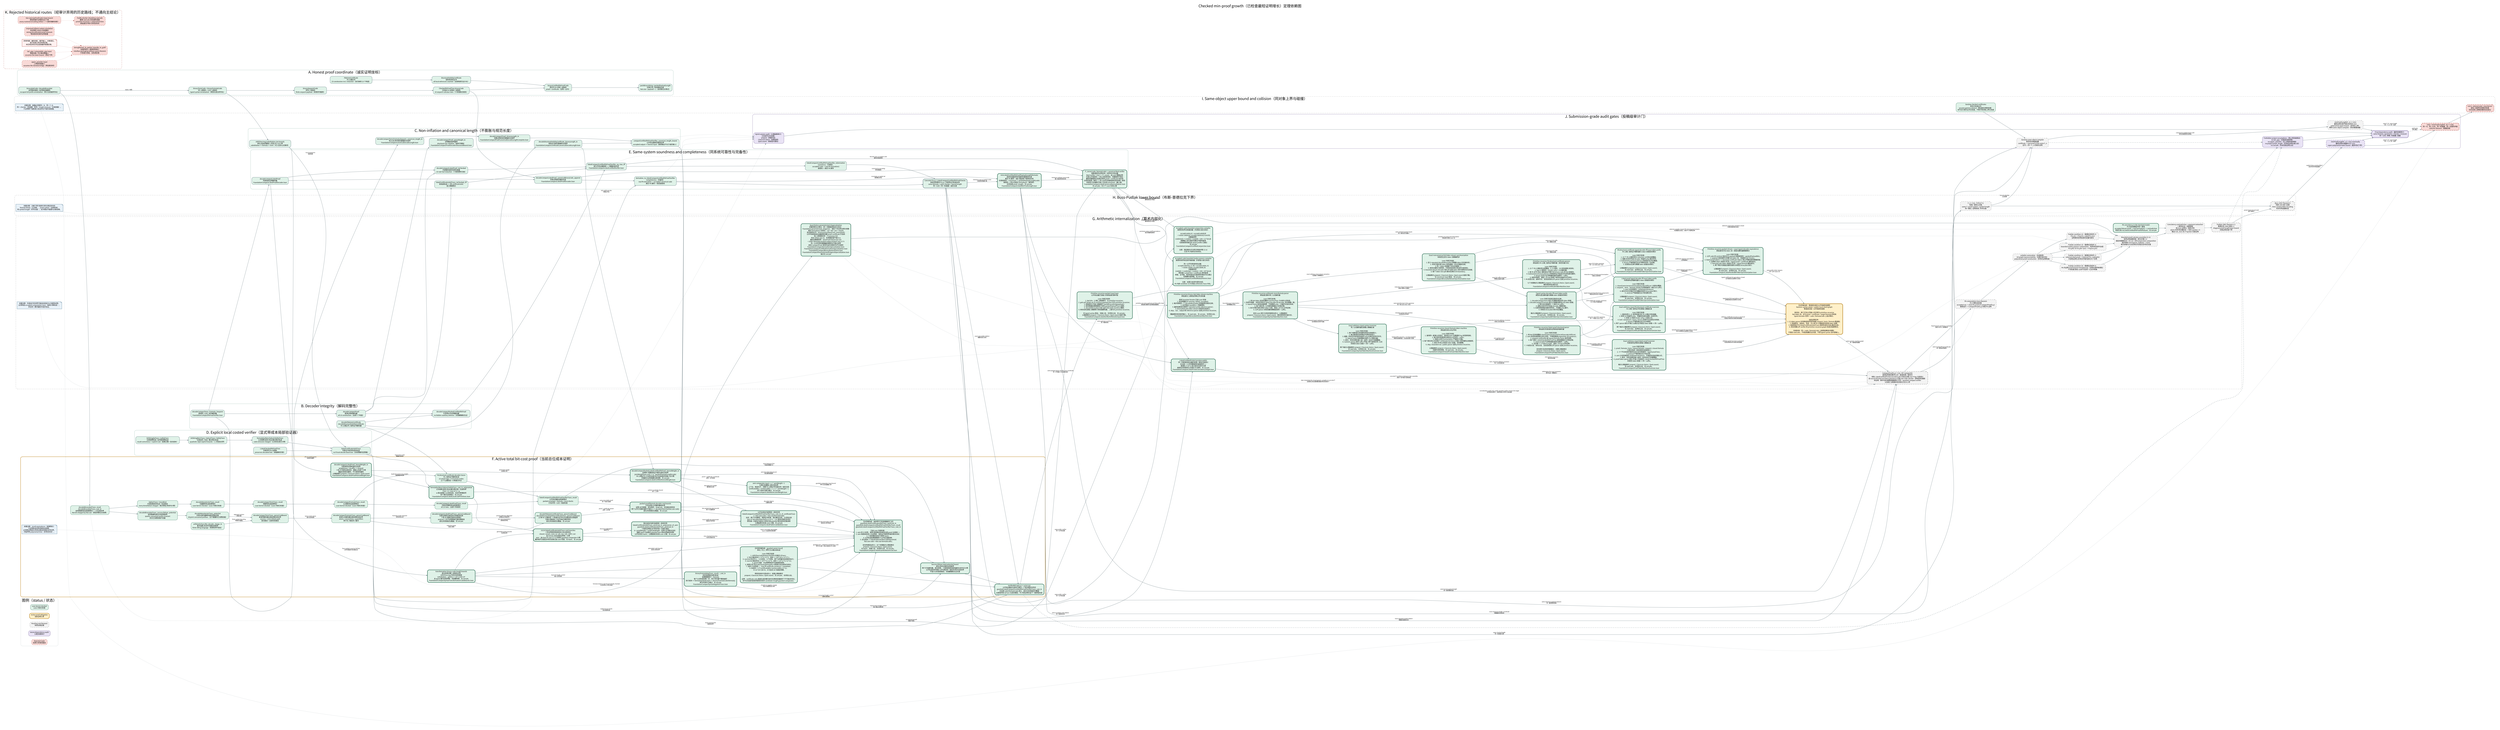
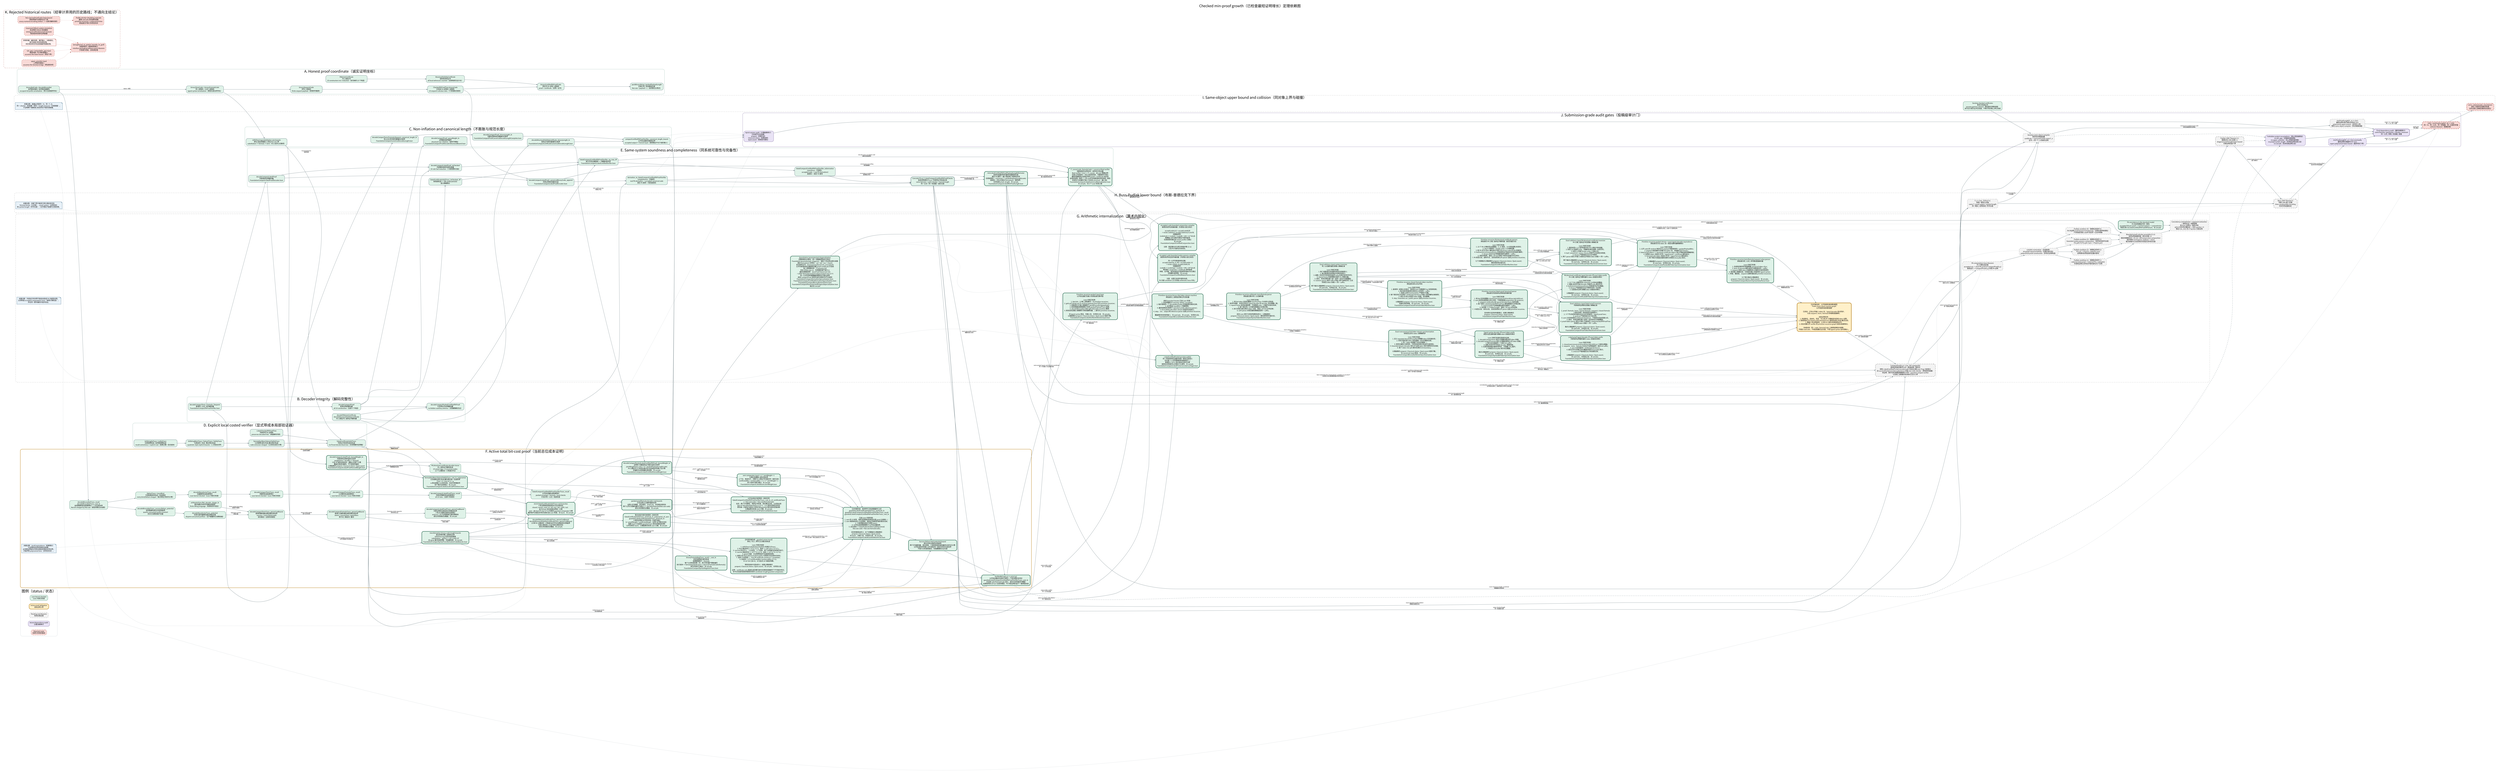
digraph CheckedMinProofDependencies {
  graph [
    rankdir=LR,
    bgcolor="white",
    compound=true,
    newrank=true,
    pad="0.35",
    nodesep="0.30",
    ranksep="0.62",
    fontname="Noto Sans CJK SC",
    fontsize=24,
    label="Checked min-proof growth（已检查最短证明增长）定理依赖图",
    labelloc="t",
    labeljust="c"
  ];
  node [
    shape=box,
    style="rounded,filled",
    fontname="Noto Sans CJK SC",
    fontsize=10.5,
    color="#526d75",
    fillcolor="#eef3f4",
    margin="0.14,0.09",
    penwidth=1.2
  ];
  edge [
    fontname="Noto Sans CJK SC",
    fontsize=8.5,
    color="#65777d",
    arrowsize=0.68,
    penwidth=1.05
  ];

  subgraph cluster_legend {
    label="图例（status / 状态）";
    color="#c8d1d4";
    style="rounded";
    done [label="Lean kernel checked\nLean 内核已检查", fillcolor="#dff2e8", color="#3f7c66"];
    active [label="Active proof obligation\n当前证明义务", fillcolor="#fff0c9", color="#b37a12", penwidth=2.2];
    pending [label="Pending root theorem\n待闭合根定理", fillcolor="#f3f3f3", color="#777777", style="rounded,filled,dashed"];
    audit [label="Axiom/dependency audit\n公理/依赖审计", fillcolor="#e9e3f5", color="#76639a"];
    rejected [label="Rejected route\n经审计弃用的路线", fillcolor="#f8d9d6", color="#a8443d", style="rounded,filled,dashed"];
  }

  subgraph cluster_coordinate {
    label="A. Honest proof coordinate（诚实证明坐标）";
    color="#8fb7aa";
    style="rounded";

    natcode [label="binaryNatCode / decodeBinaryNat\n自然数前缀码 / 自然数前缀解码\nescaped-bit prefix serialization（转义位前缀序列化）", fillcolor="#dff2e8"];
    syntaxcode [label="binaryTermCode + binaryFormulaCode\n项二进制码 + 公式二进制码\ntyped syntax serialization（类型化语法序列化）", fillcolor="#dff2e8"];
    sequentcode [label="binarySequentCode\n序列二进制码\nfinite sequent payload（有限序列载荷）", fillcolor="#dff2e8"];
    prooftree [label="CheckedPAProofTree.binaryCode\n已检查 PA 证明树二进制码\n10 sequent-calculus rules（十条相继式规则）", fillcolor="#dff2e8"];
    axiomcert [label="PAAxiomCertificate\nPA 公理证书\n23 constructors incl. induction（含归纳的 23 个构造）", fillcolor="#dff2e8"];
    structcert [label="StructuralValidityCertificate\n结构有效性证书\nall local witnesses counted（全部局部见证计长）", fillcolor="#dff2e8"];
    certifiedcode [label="binaryCertifiedPAProofCode\n带证书 PA 证明二进制码\nproof + certificate（证明 + 证书）", fillcolor="#dff2e8"];
    packedcode [label="packBinaryString / packedPayloadLength\n位串打包 / 有效载荷长度\nNat.size = payload + 1（自然数位长等式）", fillcolor="#dff2e8"];

    natcode -> syntaxcode [label="labels / 标签"];
    syntaxcode -> sequentcode;
    sequentcode -> prooftree;
    axiomcert -> structcert;
    prooftree -> certifiedcode;
    structcert -> certifiedcode;
    certifiedcode -> packedcode;
  }

  subgraph cluster_decoder {
    label="B. Decoder integrity（解码完整性）";
    color="#8fb7aa";
    style="rounded";

    typeddecoder [label="decodeCompactTerm / Formula / Sequent\n紧凑项 / 公式 / 序列解码器\nFoundationCompactPAProofVerifier.lean", fillcolor="#dff2e8"];
    proofdecoder [label="decodeCompactProof\n紧凑证明树解码器\nall 10 constructors（全部十个构造）", fillcolor="#dff2e8"];
    certdecoder [label="decodePAAxiomCertificate\ndecodeStructuralValidityCertificate\nPA 公理证书 / 结构证书解码器", fillcolor="#dff2e8"];
    packeddecoder [label="decodeCompactPackedCertifiedPAProof\n打包带证书证明解码器\nno hidden auxiliary witness（无隐藏辅助见证）", fillcolor="#dff2e8"];

    typeddecoder -> proofdecoder;
    certdecoder -> packeddecoder;
    proofdecoder -> packeddecoder;
  }

  subgraph cluster_size {
    label="C. Non-inflation and canonical length（不膨胀与规范长度）";
    color="#8fb7aa";
    style="rounded";

    structural [label="decodeCompactProof_parseWeight_le\n证明解码结构量界\nstructural non-inflation（结构不膨胀）\nFoundationCompactProofDecoderStructuralBound.lean", fillcolor="#dff2e8"];
    syntaxcanonical [label="decodeCompactTerm/Formula/Sequent_canonical_length_le\n项/公式/序列规范重编码长度界\nFoundationCompactCanonicalDecodeLength.lean", fillcolor="#dff2e8"];
    proofcanonical [label="decodeCompactProof_binaryLength_le\n完整证明树规范重编码长度界\nFoundationCompactProofCanonicalDecodeLengthComplete.lean", fillcolor="#dff2e8"];
    certcanonical [label="decodeStructuralValidityCertificate_binaryLength_le\n结构证书规范重编码长度界\nFoundationCompactCertificateCanonicalDecodeLength.lean", fillcolor="#dff2e8"];
    totalcanonical [label="compactCertifiedPAProofVerifier_canonical_length_bound\n公开验证器规范载荷总界\naccepted output <= honest input（接受输出不长于诚实输入）", fillcolor="#dff2e8"];
    transformsize [label="shift/free/neg/substitution size bounds\n移位/自由变量嵌入/否定/代入大小界\nsubstitution <= formula × term（代入至多公式乘项）", fillcolor="#dff2e8"];

    typeddecoder -> syntaxcanonical;
    proofdecoder -> structural;
    syntaxcanonical -> proofcanonical;
    certdecoder -> certcanonical;
    proofcanonical -> totalcanonical;
    certcanonical -> totalcanonical;
    syntaxcode -> transformsize;
  }

  subgraph cluster_explicit_local {
    label="D. Explicit local costed verifier（显式带成本局部验证器）";
    color="#8fb7aa";
    style="rounded";

    biteq [label="bitStringEqTrace / natEqTrace\n位串相等轨迹 / 自然数相等轨迹\nresult correctness + explicit cost（结果正确 + 显式成本）", fillcolor="#dff2e8"];
    bitset [label="bitStringMemTrace / SubsetTrace / SetEqTrace\n位串成员 / 包含 / 集合等价轨迹\nquadratic-style explicit bounds（二次型显式界）", fillcolor="#dff2e8"];
    formulalist [label="formulaEq/Mem/Subset/SetEqTrace\n公式相等/成员/包含/集合等价轨迹\ncode emission charged（公式码生成已计费）", fillcolor="#dff2e8"];
    listedtree [label="ListedCheckedPAProofTree\n列表序列 PA 证明树\npreserves decoded lists（保留解码列表）", fillcolor="#dff2e8"];
    listedcert [label="listedCertificateValidTrace\n列表证书有效性成本轨迹\nno Finset decide black box（无有限集判定黑箱）", fillcolor="#dff2e8"];

    biteq -> bitset;
    bitset -> formulalist;
    listedtree -> listedcert;
    formulalist -> listedcert;
    transformsize -> listedcert [label="local transforms\n局部变换"];
  }

  subgraph cluster_same_system {
    label="E. Same-system soundness and completeness（同系统可靠性与完备性）";
    color="#8fb7aa";
    style="rounded";

    listdecoder [label="decodeCompactListedProof\n列表保持证明解码器\nFoundationCompactListedProofDecoder.lean", fillcolor="#dff2e8"];
    projection [label="decodeCompactListedProof_toChecked\n列表解码投影到原检查器\n10-rule fuel induction（十规则燃料归纳）", fillcolor="#dff2e8"];
    localiff [label="listedCertificateValidTrace_toChecked_iff\n新局部轨迹 <-> 原 certificateValid\n语义精确等价", fillcolor="#dff2e8"];
    publiciff [label="listedCompactCertifiedPAProofVerifier_eq_true_iff\n新公开验证器接受 <-> 精确检查关系\nFoundationCompactListedCertifiedVerifier.lean", fillcolor="#dff2e8"];
    soundness [label="listedCompactCertifiedPAProofVerifier_toDerivation\nsoundness（可靠性）\naccepted code -> real PA Derivation2\n接受码 -> 真实 PA 推导", fillcolor="#dff2e8"];
    listencoder [label="decodeCompactListedProof_canonicalBinaryCode_append\n列表证明规范编码往返\nFoundationCompactListedProofEncoder.lean", fillcolor="#dff2e8"];
    completeness [label="derivation_to_listedCompactCertifiedPAProofVerifier\ncompleteness（完备性）\nreal PA derivation -> accepted canonical code\n真实 PA 推导 -> 规范接受码", fillcolor="#dff2e8"];
    predicate [label="Concrete P(x,y) / ListedCompactCertifiedPAProofChecks\n具体证明谓词 P(x,y) / 列表带证书检查关系\nsame formula + same checker + honest length\n同一公式 + 同一检查器 + 诚实长度", fillcolor="#dff2e8", penwidth=2.0];
    minmeasure [
      label="minListedCertifiedPAProofPayloadLength(formula)\n具体检查器诱导的最短完整载荷长度\n真实 PA 推导 -> 最小值由某个接受码实现\n任意接受码 -> minimum <= packedPayloadLength(code)\n接受码 -> 同公式真实 Derivation2（推导树）\n无项目级 proof_length；无 sorryAx\nFoundationCompactListedMinProofLength.lean",
      fillcolor="#dff2e8", color="#2f6f57", penwidth=2.8
    ];
    canonicalnormalize [
      label="P_canon(code, formulaCode) + canonical Bool verifier\n纯数值规范证明关系 + 规范布尔验证器\nBool verifier = true <-> P_canon，由 Lean 精确证明\n任意公开接受码 -> 同公式码规范码，完整载荷不增长\n最短完整载荷必由真实规范 proof + certificate 码实现\n全体码有限一致性 <-> 同 cutoff 的纯数值规范码有限一致性\n非规范/冗余编码不能人为压低 minimum（最小值）\nFoundationCompactListedCanonicalNormalization.lean\n无 sorryAx；仅三个 Lean 标准公理",
      fillcolor="#dff2e8", color="#2f6f57", penwidth=2.8
    ];

    typeddecoder -> listdecoder;
    listdecoder -> projection;
    proofdecoder -> projection;
    listedcert -> localiff;
    projection -> publiciff;
    localiff -> publiciff;
    packeddecoder -> publiciff;
    publiciff -> soundness;
    prooftree -> listencoder;
    listdecoder -> listencoder;
    listencoder -> completeness;
    listedcert -> completeness;
    soundness -> predicate;
    completeness -> predicate;
    predicate -> minmeasure [label="minimum over accepted codes\n对接受码取最小值"];
    completeness -> minmeasure [label="nonempty accepted set\n接受集合非空"];
    publiciff -> canonicalnormalize [label="decode every accepted code\n解码任意接受码"];
    listencoder -> canonicalnormalize [label="canonical re-encoding\n规范重编码"];
    totalcanonical -> canonicalnormalize [label="no payload growth\n载荷不增长"];
    minmeasure -> canonicalnormalize [label="minimum realized canonically\n最小值由规范码实现"];
  }

  subgraph cluster_cost_active {
    label="F. Active total bit-cost proof（当前总位成本证明）";
    color="#c18a27";
    style="rounded,bold";

    nattrace [label="decodeBinaryNatTrace_result\ndecodeBinaryNatTrace_cost_le\n自然数解码轨迹结果等价 + 二次位成本界\nNat.bit charged by Nat.size（按自然数位长收费）", fillcolor="#dff2e8", color="#3f7c66"];
    tracebind [label="OptionTrace + traceBind\n可选结果成本轨迹 + 轨迹绑定\nevery bind/failure charged（每次绑定/失败均计费）", fillcolor="#dff2e8", color="#3f7c66"];
    vectortrace [label="decodeManyVectorTrace_result\n向量解码轨迹结果等价\nLean kernel checked（Lean 内核已检查）", fillcolor="#dff2e8", color="#3f7c66"];
    termtrace [label="decodeCompactTermTrace_result\n项解码轨迹结果等价\nLean kernel checked（Lean 内核已检查）", fillcolor="#dff2e8", color="#3f7c66"];
    formulatrace [label="decodeCompactFormulaTrace_result\n公式解码轨迹结果等价\nLean kernel checked（Lean 内核已检查）", fillcolor="#dff2e8", color="#3f7c66"];
    prooftrace [label="decodeCompactListedProofTrace_result\n列表证明解码轨迹结果等价\nall 10 rules（全部十条规则）", fillcolor="#dff2e8", color="#3f7c66"];
    certtrace [label="PA/structural certificate decoder traces\nPA / 结构证书解码轨迹\n23 axiom tags + 4 recursive nodes\n23 个公理标签 + 4 种递归节点", fillcolor="#dff2e8", color="#3f7c66"];
    publictrace [label="listedCompactCertifiedPAProofVerifierTrace_result\n公开验证器轨迹结果等价\npacked envelope + formula + local checks\n打包外壳 + 公式 + 局部检查", fillcolor="#dff2e8", color="#3f7c66"];
    natpotential [label="decodeBinaryNatTrace_success/failure_potential\n自然数解码成功/失败势能界\nquartic consumed-prefix invariant\n四次已消费前缀不变量", fillcolor="#dff2e8", color="#3f7c66"];
    vectorpotential [label="decodeManyVectorTrace_potential\n任意长度向量解码摊还势能定理\ndisjoint consumed prefixes（互不重叠的已消费前缀）", fillcolor="#dff2e8", color="#3f7c66"];
    symbolcharge [label="arithmeticFunc/Rel_decode_charge_le\n算术函数/关系符号解码收费界\nfinite ORing language（有限有序环语言）", fillcolor="#dff2e8", color="#3f7c66"];
    termpotential [label="decodeCompactTermTrace_parserCostBound\n紧凑项解码器全路径摊还成本界\nsuccess + every failure path\n成功路径 + 全部失败路径", fillcolor="#dff2e8", color="#3f7c66"];
    formulapotential [label="decodeCompactFormulaTrace_parserCostBound\n紧凑公式解码器全路径摊还成本界\natoms / connectives / quantifiers\n原子式 / 联结词 / 量词", fillcolor="#dff2e8", color="#3f7c66"];
    proofpotential [
      label="decodeCompactListedProofTrace_parserCostBound\n列表证明树全路径四次势能成本界\n十条 PA 相继式规则全部通过\nand/cut 二叉子证明势能已望远镜相消\n成功/失败路径全覆盖；无 sorryAx",
      fillcolor="#dff2e8", color="#3f7c66"
    ];
    certpotential [
      label="decodePAAxiomCertificateTrace_parserCostBound\ndecodeStructuralValidityCertificateTrace_parserCostBound\n23 种 PA 公理标签 + 4 种递归证书节点全路径四次势能界\n归纳公理体和二元证书树已摊还闭合\n成功/失败路径全覆盖；无 sorryAx",
      fillcolor="#dff2e8", color="#3f7c66", penwidth=2.2
    ];
    packedcost [
      label="packed proof/formula decoder cost bounds\n打包证明/公式解码器成本界\n证明+证书串联、末位哨兵、dropLast、空后缀全部闭合\n两个公开打包解码器均不超过 2 × decoderPotential(Nat.size code)\n成功/失败路径全覆盖；无 sorryAx",
      fillcolor="#dff2e8", color="#2f6f57", penwidth=2.8
    ];
    transformcode [
      label="transformation binary-code length bounds\n语法变换完整二进制码长界\nshift/free/neg 均至多线性膨胀\nsubstitution：|phi[t]| <= 3(F+1)(W+1)F\n含 qpow 量词深度预算；无隐藏参数；无 sorryAx\nFoundationCompactSyntaxTransformationCodeBounds.lean",
      fillcolor="#dff2e8", color="#2f6f57", penwidth=2.8
    ];
    negtrace [
      label="binaryFormulaNegTrace_result / _cost_le\n否定变换真实递归轨迹\n结果精确等于 ∼formula\n每个公式构造收费一步；原子项向量不重复遍历\n执行成本 <= formulaSymbolCount <= |binaryFormulaCode(formula)|\n单文件探针已通过；无 sorryAx\nFoundationCompactSyntaxNegationTrace.lean",
      fillcolor="#dff2e8", color="#2f6f57", penwidth=2.8
    ];
    axmjoint [
      label="axm comparator input <= 2 * jointWeight + 1\n公理比较器输入联合坐标界\n上下文、候选句子、完整 PA 公理证书均落在同一诚实位权\ncertificateBits + sentenceBits + 1 <= 2 * jointWeight + 1\n四个坐标引理已通过；无 sorryAx\nFoundationCompactListedAxiomJointWeight.lean",
      fillcolor="#dff2e8", color="#2f6f57", penwidth=2.8
    ];
    honestproof [
      label="decodeCompactListedProof_honestWeight_le\n列表保持证明树诚实位权界\nweight(tree) + 8|suffix| <= 8|input|\n十条 PA 规则全部闭合；重复公式逐个计费\n覆盖任意成功解码，不只是规范编码\n公理画像仅 propext / Classical.choice / Quot.sound\nFoundationCompactListedProofHonestWeight.lean",
      fillcolor="#dff2e8", color="#2f6f57", penwidth=2.8
    ];
    honestcert [
      label="decodeCompactPackedListedCertifiedPAProof_honestWeight_le\n证明树+完整结构证书联合诚实位权界\njointWeight(tree,cert) <= 8 * packedPayloadLength(code)\nPA 公理证书 23 标签及递归证书全部由实际输入位计费\n无辅助见证和隐藏长度参数；无 sorryAx\nFoundationCompactListedCertifiedHonestWeight.lean",
      fillcolor="#dff2e8", color="#2f6f57", penwidth=2.8
    ];
    localprimitives [
      label="formulaEq/Mem/Subset/SetEqTrace_cost_le_polynomial\n公式相等/成员/包含/集合等价统一位成本界\nP(w) = 4 + 2(w+3)^2 + w\nw 是全部输入公式码位权，包含列表重复项\n四个端点全部通过；无 sorryAx\nFoundationCompactListedLocalCostPrimitives.lean",
      fillcolor="#dff2e8", color="#2f6f57", penwidth=2.8
    ];
    localbranches9 [
      label="10/10 listedCertificateValidTrace cost branches\n十条证明规则局部成本分支全部闭合\nclosed / verum / and / or / all / exs / wk / shift / cut：\n由 P(G(w)) 及生成语法界统一计费\naxm：由 A(w)=K*(2w+1)^12 的真实 guarded comparator 计费\n最终每节点固定多项式包络已由 Lean 检查；无 haxm、无 sorryAx",
      fillcolor="#dff2e8", color="#2f6f57", penwidth=2.8
    ];
    localinduction [
      label="联合坐标内部归纳骨架 + 具体实例\nlistedCertificateValidTrace_jointCost_le_polynomial_of_axm\nguardedListedCertificateValidTrace_jointCost_le\n十规则证明树/证书同步统一归纳已通过\nb = proofWeight + certificateWeight（证明+证书联合位权）\n抽象 haxm 已由真实 guarded axm 成本定理具体消除\n公开实例无 haxm；公理画像仅标准 Lean 公理；无 sorryAx",
      fillcolor="#dff2e8", color="#2f6f57", penwidth=2.8
    ];
    publicskeleton [
      label="公开总成本内部骨架 + 具体实例\nlistedCompactCertifiedPAProofVerifierTrace_cost_le_of_certificateTrace\ns = Nat.size(code) + Nat.size(formulaCode)\n合并：两个打包解码、局部证书检查、结论集合比较、公式码比较\nQ(s)=4*decoderPotential(s)+L(s)+1，L(s) 是显式固定多项式\n原先唯一内部证书成本义务现已由 guarded 联合成本定理消除\n公理画像仅标准 Lean 公理；无 sorryAx\nFoundationCompactListedPublicCostSkeleton.lean",
      fillcolor="#dff2e8", color="#2f6f57", penwidth=2.8
    ];
    publiccost [
      label="【主终端完成：具体带守卫检查器最终汇合】\nguardedListedCertificateValidTrace_jointCost_le\nguardedListedCompactCertifiedPAProofVerifierTrace_result\nguardedListedCompactCertifiedPAProofVerifierTrace_cost_le\n\n已由 Lean 内核检查：\n1. axm 的 23 标签、接受/拒绝路径和候选长度 guard 全部统一；\n2. axm 局部成本进入与证明树、结构证书相同的诚实联合位权；\n3. 十规则整树成本不再带 haxm；\n4. 公开轨迹结果精确等于公开验证器结果；\n5. 总位成本 <= listedPublicVerifierCostPolynomial(\n   Nat.size code + Nat.size formulaCode)。\n\n定向构建退出码 0；五个关键端点公理画像仅\npropext / Classical.choice / Quot.sound。\n无 haxm、无输入包、无项目公设、无 sorryAx。\nFoundationCompactListedGuardedAxiomCost.lean",
      fillcolor="#dff2e8", color="#2f6f57", penwidth=2.8
    ];
    amortized [label="Success/failure total potential bound\n成功/失败全路径总势能界\n两个打包解码器、语法变换、十规则局部检查和最终比较均已计费\n公开轨迹的所有输入对均满足同一固定多项式位成本界\n不是只分析接受路径；无隐藏辅助见证长度", fillcolor="#dff2e8", color="#2f6f57", style="rounded,filled", penwidth=2.8];
    costnote [shape=note, label="关键注释：result equivalence（结果等价）\n只证明轨迹没有改掉验证结果；\n必须再证明成功/失败全路径的固定多项式界，\n才能声称 polynomial time（多项式时间）。", fillcolor="#e8f1f8", color="#4e7892"];
    transformtrace [label="【共享终端完成：guarded axiom trace】\n移位 / 代入 / 带守卫公理比较轨迹\n\nLean 内核已检查：\n1. shift/free/substitution/list/fixitr 的真实 QTrace；\n2. fixitr 输出码长 <= 4*(L+1)^2；成本 <= 128*(m+L+1)^2*L；\n3. succInd 四次代入、三次否定、三个析取、两个全称量词全部真实执行；\n4. succInd 输出码长 <= 10^7*(L+1)^4；成本 <= 10^11*(L+1)^12；\n5. guard 完备：合法相等候选不会被提前拒绝；\n6. 接受分支 fixitr/allClosure/formulaEq 与拒绝分支总成本均闭合；\n7. 全部 23 标签统一：true iff certificate.sentence = candidate；\n8. 总成本 <= K*(certificateBits+sentenceBits+1)^12，\n   K=10^30+(3B+4)，B 为显式 26 句固定预算。\n\n两条验收命令退出码 0；关键公理画像仅\npropext / Classical.choice / Quot.sound；无 sorryAx、无项目公设。\n\n边界：certificate-only 直接生成完整归纳句在稀疏变量编号下不可能多项式；\n本节点完成的是保持接受关系的 candidate-length guarded comparator。", fillcolor="#dff2e8", color="#2f6f57", style="rounded,filled", penwidth=2.8];
    polytime [label="VerifierBitCost(x,y) <= p(|x|+|y|)\n公开验证器总位成本不超过一个显式固定多项式\nguardedListedCompactCertifiedPAProofVerifierTrace_cost_le\n对全部 code/formulaCode 成立，成功与失败路径均覆盖\n这里是项目 QTrace 位成本模型；PA 内短证明仍由下一簇单独完成", fillcolor="#dff2e8", color="#2f6f57", style="rounded,filled", penwidth=2.8];

    natcode -> nattrace;
    nattrace -> tracebind;
    tracebind -> vectortrace;
    vectortrace -> termtrace;
    termtrace -> formulatrace;
    formulatrace -> prooftrace;
    certdecoder -> certtrace;
    formulatrace -> certtrace;
    prooftrace -> publictrace;
    certtrace -> publictrace;
    publictrace -> amortized [label="exact behavior first\n先固定精确行为"];
    nattrace -> natpotential;
    natpotential -> vectorpotential;
    vectorpotential -> termpotential [label="argument vectors\n参数向量"];
    symbolcharge -> termpotential [label="finite symbol decoding\n有限符号解码"];
    termpotential -> formulapotential [label="terms inside atoms\n原子式中的项"];
    formulapotential -> proofpotential [label="formulas inside sequents\n序列中的公式"];
    proofpotential -> certpotential [label="proof/certificate alignment\n证明树/证书树对齐"];
    formulapotential -> certpotential [label="induction body\n归纳公理体"];
    certpotential -> packedcost [label="proof + certificate stream\n证明 + 证书串"];
    publictrace -> packedcost [label="same executable result\n同一可执行结果"];
    packedcost -> publiccost [label="decoded objects\n已解码对象"];
    transformsize -> transformcode [label="from symbol count to full bits\n从符号数提升到完整位长"];
    transformcode -> negtrace [label="input bit-length control\n输入位长控制"];
    negtrace -> publiccost [label="closed/cut negation charge\n闭合/切规则否定计费"];
    transformcode -> publiccost [label="generated-code bounds\n生成公式码长界"];
    listdecoder -> honestproof [label="all successful parses\n全部成功解码"];
    honestproof -> honestcert [label="proof-tree charge\n证明树计费"];
    certcanonical -> honestcert [label="full certificate bits\n完整证书位"];
    honestcert -> publiccost [label="joint decoded-data bound\n联合解码数据界"];
    honestcert -> axmjoint [label="proof + certificate coordinate\n证明 + 证书坐标"];
    axmjoint -> publiccost [label="guarded comparator input bound\n带守卫比较器输入界"];
    listedcert -> localprimitives [label="exact trace costs\n精确轨迹成本"];
    honestproof -> localprimitives [label="duplicate-preserving weights\n保留重复项位权"];
    localprimitives -> publiccost [label="uniform quadratic bound\n统一二次界"];
    localprimitives -> localbranches9 [label="per-rule instantiation\n逐规则实例化"];
    transformcode -> localbranches9 [label="generated syntax bounds\n生成语法界"];
    localbranches9 -> publiccost [label="nine checked branches\n九条已检查分支"];
    localbranches9 -> localinduction [label="structural aggregation\n结构汇总"];
    localinduction -> publiccost [label="haxm concretely discharged\nhaxm 已由具体定理消除"];
    localinduction -> publicskeleton [label="local certificate polynomial\n局部证书多项式"];
    packedcost -> publicskeleton [label="two packed decoder bounds\n两个打包解码界"];
    honestcert -> publicskeleton [label="decoded joint weight\n解码联合位权"];
    publicskeleton -> publiccost [label="concrete discharge checked\n具体消义务已检查"];
    listedcert -> publiccost [label="explicit local checks\n显式局部检查"];
    publiccost -> amortized;
    totalcanonical -> amortized [label="consumed-length control\n消费长度控制"];
    costnote -> amortized [style=dotted, arrowhead=none, constraint=false];
    transformcode -> transformtrace;
    transformtrace -> publiccost [label="guarded axm + shift/free/substitution costs\n带守卫公理 + 移位/自由化/代入成本"];
    amortized -> polytime;
    transformtrace -> polytime;
    totalcanonical -> polytime [label="input/output length control\n输入输出长度控制"];
    listedcert -> polytime [label="local cost bounds\n局部成本界"];
    predicate -> polytime [label="exact executable relation\n精确可执行关系"];
  }

  subgraph cluster_internalization {
    label="G. Arithmetic internalization（算术内部化）";
    color="#9a9a9a";
    style="rounded,dashed";

    listedconmeta [label="ListedCertifiedFiniteConsistencyAt(k)\n同一列表保持验证器的有限一致性元层语义\n无长度 <= k 的完整载荷码被接受为 ⊥\n普通及 2^(A*n) 放大版本无条件为真\n接受反向恢复同公式真实 PA 推导；无 sorryAx\nFoundationCompactListedFiniteConsistencyTarget.lean", fillcolor="#dff2e8", color="#2f6f57", penwidth=2.8];
    arithinput [label="Primitive-recursive packed input layer\n公开验证器打包输入的原始递归算术层\n\nLean 内核已检查：\n1. Nat.bits（小端二进制展开）为 primitive recursive；\n2. getLast?/dropLast 与 sentinel payload peel 均为 primitive recursive；\n3. 剥离成功 iff 输入精确等于 packBinaryString(payload)；\n4. 新剥离器结果精确等于现有 packedPayloadTrace 结果；\n5. decodeBinaryNat 已由 right-fold state machine 重建；\n6. 新状态机逐输入精确等于原前缀解码器，二者均为 primitive recursive。\n\n无 typed syntax 假设、无输入包、无项目公设、无 sorryAx；\n公理画像仅 propext / Classical.choice / Quot.sound 或其子集。\nFoundationCompactListedVerifierArithmeticInput.lean", fillcolor="#dff2e8", color="#2f6f57", penwidth=2.8];
    tokenstream [label="Primitive-recursive binary-Nat token stream machine\n原始递归二进制自然数记号流机器\n\n具体 bounded iterator 已由 Lean 检查：\n1. 状态明确区分 running / failed / accepted；\n2. 每步调用同一个 decodeBinaryNat 并保留真实剩余位串；\n3. 总步数由 inputBits+1 明确限制；\n4. 最终结果逐位串等于 repeated-prefix reference parser；\n5. binaryNatCode token stream 的规范往返成立；\n6. step、run、output 和 reference parser 全部 primitive recursive。\n\n覆盖畸形和非规范输入；无 rawCode、无 sorryAx、无项目公设。\nFoundationCompactBinaryNatStreamMachine.lean", fillcolor="#dff2e8", color="#2f6f57", penwidth=2.8];
    bitsync [label="Exact noncanonical bit/token stream synchronization\n非规范位流与 token 流精确同步\n\nLean 内核已检查：\n1. 定义 repeated decodeBinaryNat 的精确 token/位后缀关系；\n2. 关系可按任意 token 前后缀唯一切分并重新合成；\n3. 同一 token 前缀留下的位后缀唯一；\n4. 规范位编码只是特例，不把非规范高位零误判为规范码；\n5. bounded stream decoder 成功 iff 全部 token 恰好消费至空位后缀；\n6. 每个 token-list split 都对应真实 bit boundary。\n\n公理画像仅 propext / Classical.choice / Quot.sound 或其子集；\n无 canonical-input 假设、无 sorryAx。\nFoundationCompactBinaryNatStreamSynchronization.lean", fillcolor="#dff2e8", color="#2f6f57", penwidth=2.8];
    syntaxparser [label="Primitive-recursive arithmetic term/formula parser\n原始递归算术项 / 公式解析器\n\nLean 内核已检查：\n1. 纯 Nat token 状态机覆盖 bvar/fvar/func 与全部公式构造；\n2. 有序环函数、关系符号码与 typed decoder 的 decode₂ 条件精确一致；\n3. repeat frame 逐项处理参数，不按稀疏 arity 一次展开巨型任务表；\n4. 每个真实项 / 公式都有精确执行步数定理；\n5. 执行步数不超过真实 token 长度，固定二次 fuel 必然足够；\n6. 公开 parser 对规范编码精确返回同一 suffix。\n\n定向 Lean 探针与目标构建退出码 0；公理画像仅\npropext / Classical.choice / Quot.sound；静态禁用项扫描为空。\nFoundationCompactSyntaxTokenMachine.lean", fillcolor="#dff2e8", color="#2f6f57", penwidth=2.8];
    syntaxinversion [label="Exact arbitrary-input syntax inversion\n项 / 公式解析器任意输入精确反演\n\nLean 内核已检查：\n1. 每个纯数值任务栈都有类型化前缀语义；\n2. 每次数值状态转换反向保持该语义；\n3. 函数 / 关系符号有效码恢复同 arity 的真实有序环符号；\n4. repeat frame 恢复精确长度的 Fin 参数向量；\n5. 成功、失败及畸形输入统一由同一后向不变量覆盖；\n6. numeric parser 返回 suffix iff 输入等于某真实项 / 公式\n   的规范 token 前缀 ++ 同一 suffix。\n\n两个端点公理画像仅 propext / Classical.choice / Quot.sound；\n无 rawCode、无项目公设、无 sorryAx。\nFoundationCompactSyntaxTokenMachineInversion.lean", fillcolor="#dff2e8", color="#2f6f57", penwidth=2.8];
    syntaxbitsync [label="Typed syntax decoder iff exact token prefix\n类型化语法解码器与精确 token 前缀双向等价\n\nLean 内核已检查任意成功位串：\n1. decodeCompactTerm 成功 iff 精确消费该项 token 前缀；\n2. decodeCompactFormula 成功 iff 精确消费该公式 token 前缀；\n3. 两方向均保留同一个真实 bit suffix；\n4. 函数/关系符号代码由 decode₂ 精确恢复；\n5. 任意有限参数向量逐项同步，不隐藏 arity 展开；\n6. 非规范 binaryNat 表示完全覆盖。\n\n端点公理画像仅 propext / Classical.choice / Quot.sound；\n无 rawCode、无项目公设、无 sorryAx。\nFoundationCompactSyntaxBitTokenSynchronization.lean", fillcolor="#dff2e8", color="#2f6f57", penwidth=2.8];
    closedformula [label="Primitive-recursive closed-formula token machine\n原始递归闭公式记号机\n\nLean 内核已检查：\n1. 复用同一紧凑公式语法，但所有 term 位置遇到 fvar 标签即拒绝；\n2. 每次成功恢复真实类型化公式及同一 suffix；\n3. 恢复公式的 freeVariables 严格等于空集；\n4. 每个真实闭公式及每个 ArithmeticSentence 的嵌入规范编码必被接受；\n5. 成功 iff 闭公式规范 token 前缀，双向精确；\n6. step / bounded run / public parser 全部 primitive recursive。\n\n公理画像仅 propext / Classical.choice / Quot.sound；\n无额外闭性参数、无 rawCode、无 sorryAx。\nFoundationCompactClosedFormulaTokenMachine.lean", fillcolor="#dff2e8", color="#2f6f57", penwidth=2.8];
    proofparser [label="Primitive-recursive listed-proof structural parser\n原始递归列表保持证明树结构解析器\n\nLean 内核已检查：\n1. 纯 Nat 任务栈覆盖 closed/axm/verum/and/or/all/exs/wk/shift/cut；\n2. axm 标签现调用独立闭公式机，不再把普通 proposition 当 sentence；\n3. sequent cardinality 由 repeat-formula frame 逐项消费；\n4. 每个真实 ListedCheckedPAProofTree 都有精确执行步数定理；\n5. and/cut 左右子证明按编码顺序消费同一 suffix；\n6. 总步数 <= 2*tokenLength，固定二次 fuel 必然足够；\n7. 十标签分派、闭句分支、总状态机和公开 parser 全部 primitive recursive。\n\n定向探针及目标构建通过；关键公理画像仅\npropext / Classical.choice / Quot.sound。\nFoundationCompactProofTokenMachine.lean", fillcolor="#dff2e8", color="#2f6f57", penwidth=2.8];
    proofinversion [label="Exact arbitrary-input listed-proof inversion\n列表保持证明树任意输入精确反演\n\nLean 内核已检查：\n1. proof / formula / term / repeat-formula / sequent / closed-formula\n   六类任务统一具有类型化前缀语义；\n2. 十个节点标签的每条反向分支均恢复同一 typed proof tree；\n3. and/cut 严格恢复左右子树次序；\n4. axm 分支恢复真实 ArithmeticSentence，不接受含自由变量公式；\n5. 成功、失败及畸形输入由同一后向状态不变量覆盖；\n6. proof token parser 成功 iff 输入为某真实 ListedCheckedPAProofTree\n   的规范 token 前缀 ++ 同一 suffix。\n\n端点公理画像仅 propext / Classical.choice / Quot.sound；\n无 rawCode、无项目公设、无 sorryAx。\nFoundationCompactProofTokenMachineInversion.lean", fillcolor="#dff2e8", color="#2f6f57", penwidth=2.8];
    certparser [label="Primitive-recursive PA/structural certificate parsers\n原始递归 PA 公理 / 结构证书解析器（规范完备方向）\n\nLean 内核已检查：\n1. 23 个 PA 公理标签全部覆盖；0..21 固定，3/4 校验函数/关系码；\n2. tag 22 调用同一 binder-arity-1 公式解析器；\n3. 新 PA 证书 token 编码逐证书等于旧 binary code 的 Nat 前缀流；\n4. leaf/axiomCert/unary/binary 四类结构证书由显式任务栈递归解析；\n5. binary 左右子证书按编码顺序消费同一 suffix；\n6. 线性步数界、固定二次 fuel 和两个规范往返端点均已闭合；\n7. PA 标签分派、结构节点、总状态机和公开 parser 全部 primitive recursive。\n\n七个关键端点公理画像仅 propext / Classical.choice / Quot.sound；\n静态禁用项扫描为空。\nFoundationCompactCertificateTokenMachine.lean", fillcolor="#dff2e8", color="#2f6f57", penwidth=2.8];
    certinversion [label="Exact arbitrary-input PA/structural certificate inversion\nPA 公理 / 结构证书任意输入精确反演\n\nLean 内核已检查：\n1. 固定标签 0..21 逐项恢复对应 PA 公理证书构造器；\n2. 标签 3/4 恢复同 arity、同编码的真实函数 / 关系符号；\n3. 标签 22 恢复 binder-arity-1 归纳公式；\n4. leaf / axiomCert / unary / binary 四类节点全部反向恢复；\n5. binary 严格恢复左右子证书顺序；\n6. 两个 parser 成功 iff 输入为真实证书规范 token 前缀 ++ 同一 suffix。\n\n两个端点公理画像仅 propext / Classical.choice / Quot.sound；\n无 rawCode、无项目公设、无 sorryAx。\nFoundationCompactCertificateTokenMachineInversion.lean", fillcolor="#dff2e8", color="#2f6f57", penwidth=2.8];
    proofbitsync [label="Listed proof typed decoder iff exact token prefix\n列表保持证明解码器与 token 前缀双向等价\n\nLean 内核已检查：\n1. closed/axm/verum/and/or/all/exs/wk/shift/cut 十规则全覆盖；\n2. sequent、term、formula 与左右子证明保留同一真实 bit suffix；\n3. axm 分支恢复同一 ArithmeticSentence；\n4. 成功方向与完备方向均覆盖非规范 binaryNat 表示；\n5. and/cut 严格保留左右子树消费次序。\n\n公理画像仅 propext / Classical.choice / Quot.sound；\n无 rawCode、无项目公设、无 sorryAx。\nFoundationCompactProofBitTokenSynchronization.lean", fillcolor="#dff2e8", color="#2f6f57", penwidth=2.8];
    certbitsync [label="PA/structural certificate typed decoder iff exact token prefix\nPA 公理 / 结构证书解码器与 token 前缀双向等价\n\nLean 内核已检查：\n1. 23 个 PA 公理标签及 induction 公式体全部覆盖；\n2. 函数/关系符号由 decode₂ 恢复同 arity 真实符号；\n3. leaf/axiomCert/unary/binary 四类递归证书全覆盖；\n4. binary 严格保留左右证书顺序及同一位后缀；\n5. 任意成功位串与精确 token 前缀双向等价。\n\n公理画像仅 propext / Classical.choice / Quot.sound；\n无 rawCode、无项目公设、无 sorryAx。\nFoundationCompactCertificateBitTokenSynchronization.lean", fillcolor="#dff2e8", color="#2f6f57", penwidth=2.8];
    packedtokensync [label="Primitive-recursive packed stream + exact typed-decoder equivalence\n原始递归打包 token 流 + 类型化解码器精确等价\n\nLean 内核已检查：\n1. 公开 code 的 sentinel 哨兵位与 payload 剥离使用同一 packedPayloadBits；\n2. payload 逐前缀转为完整 Nat token 流，流函数已证 Primrec；\n3. listed proof tokens ++ structural certificate tokens 按公开解码顺序精确拼接；\n4. 证明码 token 流成功 iff 同一 typed proof + certificate 解码成功；\n5. formulaCode token 流成功 iff 同一 typed formula 解码成功；\n6. 两个等价均保留全载荷消费与非规范 binaryNat 表示。\n\n公理画像仅 propext / Classical.choice / Quot.sound；\n无 rawCode、无项目公设、无 sorryAx。\nFoundationCompactListedPackedBitTokenSynchronization.lean", fillcolor="#dff2e8", color="#2f6f57", penwidth=2.8];
-     numericparser [label="【主终端当前：数值语法值与公开局部检查图】\nNumeric syntax values + public local-check graph\n数值语法值 + 公开局部检查图\n\n新闭合：两个打包公开输入均已转为 primitive-recursive\nNat token 流，并与 proof + certificate + target formula 的现有\ntyped decoder 在同一 code / formulaCode 上逐点等价。\n\n当前证明任务：\n1. 让 token parser 在判断结构的同时保留 sequent / term / formula 数值值；\n2. 构造移位、自由化、否定、代入和 PA 公理候选句的纯 token 运算；\n3. 逐规则执行与 listedCertificateValidTrace 相同的成员/包含/集合比较；\n4. 闭合完整公开 verifier 的 primitive-recursive graph 及逐点结果等式。\n\n完成标准：同一 code / formulaCode 上接受结果逐点相等；\n不借旧 rawCode，不增加隐藏见证长度，不把 typed syntax 当外部输入。", fillcolor="#fff0c9", color="#b37a12", penwidth=2.8];
+     numericvalues [label="Primitive-recursive term/formula/sequent value parsers\n原始递归项 / 公式 / 序列数值值解析器\n\nLean 内核已检查：\n1. 在结构判断同时保留精确 canonical token slice；\n2. term 与 formula 解析返回已消费值及同一 suffix；\n3. sequent 按首 token 的基数逐公式解析并保持原顺序；\n4. 规范输入精确往返；任意成功输入恢复真实 typed syntax；\n5. 单值、重复值、sequent 总解析器全部 primitive recursive。\n\n九个审计端点公理画像仅\npropext / Classical.choice / Quot.sound；无 sorryAx。\nFoundationCompactNumericSyntaxValueParser.lean", fillcolor="#dff2e8", color="#2f6f57", penwidth=2.8];
+     numericparser [label="【主终端当前：公开局部检查纯数值图】\nPublic local-check numeric graph\n公开局部检查纯数值图\n\n已闭合：打包公开输入 token 化、typed decoder 逐点同步，\n以及 sequent / term / formula 的纯数值值解析。\n\n当前证明任务：\n1. 构造移位、自由化、否定、代入和 PA 公理候选句的纯 token 运算；\n2. 逐规则执行与 listedCertificateValidTrace 相同的成员/包含/集合比较；\n3. 覆盖十条证明规则、23 类 PA 公理与四类结构证书；\n4. 闭合完整公开 verifier 的 primitive-recursive graph 及逐点结果等式。\n\n完成标准：同一 code / formulaCode 上接受结果逐点相等；\n不借旧 rawCode，不增加隐藏见证长度，不把 typed syntax 当外部输入。", fillcolor="#fff0c9", color="#b37a12", penwidth=2.8];
    compactformula [label="CompactProof(x,y) + Con_PA^compact(k)\n紧凑证明谓词算术公式 + 紧凑有限一致性句\n绿色 ListedCertifiedFiniteConsistencyAt 已给出正确 Lean Prop 元层语义\n旧 succinctFiniteConsistencySentence 仍指 raw-code checker（原始码检查器）\n待证明：算术句标准模型精确等价于同一 guarded compact verifier\n以及短二进制数词实例的公式大小界", fillcolor="#f3f3f3", color="#777777", style="rounded,filled,dashed", penwidth=2.0];
    patrace [label="PA computation-trace theorem\nPA 计算轨迹定理\naccepted run -> short PA proof of CompactProof(x,y)\n接受运行 -> CompactProof(x,y) 的短 PA 证明", fillcolor="#f3f3f3", color="#777777", style="rounded,filled,dashed"];
    suitable [label="suitable numeration（合适枚举）\nbit graph representability（位图可表示性）\npolynomial proof construction（多项式证明构造）", fillcolor="#f3f3f3", color="#777777", style="rounded,filled,dashed"];
    cond0 [label="Pudlak condition (0)（普德拉克条件 0）\nPA 内证明 proof-bound monotonicity（证明长度界单调性）\nP 的较紧/较松 cutoff 可在同一公式中转换", fillcolor="#f3f3f3", color="#777777", style="rounded,filled,dashed"];
    cond1 [label="Pudlak condition (1)（普德拉克条件 1）\nexternal short proof -> internal P(n, code(phi))\n外部短证明以多项式开销内部化为 P 实例", fillcolor="#f3f3f3", color="#777777", style="rounded,filled,dashed"];
    cond2 [label="Pudlak condition (2)（普德拉克条件 2）\nP(n,m) -> P(q1(n), code(P(n,m)))\n证明谓词实例自身的定量内部化", fillcolor="#f3f3f3", color="#777777", style="rounded,filled,dashed"];
    cond3 [label="Pudlak condition (3)（普德拉克条件 3）\nbounded modus ponens composition（有界肯定前件合成）\nP(n,phi) 与 P(n,phi->psi) -> P(q2(n),psi)", fillcolor="#f3f3f3", color="#777777", style="rounded,filled,dashed"];
    mpcompiler [label="Accepted-code bounded modus ponens compiler\n接受码有界肯定前件编译器（外部语义层已闭合）\n\n同一公开列表保持验证器：\naccept(codeImp, A->B) + accept(codeA, A)\n  -> exists codeB, accept(codeB, B)\n完整载荷界：\n|codeB| <= |codeImp| + |codeA| + 240 + 34*S(A,B)\n两份输入 proof tree + certificate 原样复用\n树级、证书级、规范码级及任意接受码端点均已通过\n无隐藏长度参数；无 sorryAx\nFoundationCompactCertifiedModusPonens.lean\n\n注意：这里只关闭外部码合成；\nPA 内部 condition (3) 仍须由 arithmetic trace 内化。", fillcolor="#dff2e8", color="#2f6f57", penwidth=2.8];
    conjcompiler [label="Accepted-code bounded conjunction compiler\n接受码有界合取编译器（外部语义层已闭合）\n\naccept(codeA,A) + accept(codeB,B)\n  -> exists codeAnd, accept(codeAnd,A and B)\n完整载荷界：\n|codeAnd| <= |codeA| + |codeB| + 144 + 11*S(A,B)\n两棵输入树与两份完整证书原样复用\n任意接受码端点及 axiom profile 已通过\n无 sorryAx\nFoundationCompactCertifiedConjunction.lean\n\n注意：固定重言式与原文拼接步骤 (i)-(v)\n以及 PA 内部化仍未闭合。", fillcolor="#dff2e8", color="#2f6f57", penwidth=2.8];
    qdiagonal [label="Quantitative parameterized diagonalization\n定量参数化对角化（同一完整载荷坐标已闭合）\nFoundation parameterized_diagonal₁：固定 P 的全称证明为常数\n真实 Derivation2 实例化：cut + wk + exs + closed\n显式结构证书：binary(unary(baseCert), unary(leaf))\n公开列表保持验证器接受完整 proof+certificate 打包码\n短二进制数码项：2*previous+bit\n码长 O(Nat.size m)，标准模型值严格为 m\n最终完整载荷界：baseProof+baseCert+192\n + 2048*(formulaConstant+stepConstant*|m|+1)^3\n同一公式实例的精确最短载荷也不超过该界\n具体 CompactProof 谓词仍由灰色算术化节点提供\nFoundationCompactDerivationSpecialization.lean\nFoundationCompactCertifiedDerivationSpecialization.lean\nFoundationCompactBinaryNumeralTerm.lean\nFoundationCompactParameterizedDiagonalSpecialization.lean\n端点无 sorryAx", fillcolor="#dff2e8", color="#2f6f57", penwidth=2.8];
    proofassembly [label="Bounded proof-calculus assembly (i)-(v)\n有界证明演算拼接（原文步骤 i-v）\n固定命题重言式 + (0)-(3) + MP/conjunction composition\n逐步得到 not P(q5(m), bottom) -> D(m)\n每次拼接与公式实例化均须显式多项式长度", fillcolor="#f3f3f3", color="#777777", style="rounded,filled,dashed"];
    paconsistency [label="PA consistency in the standard model\nPA 在标准模型中的一致性\naccepted falsum proof -> real Derivation2 -> contradiction\n项目已有 noListedCertifiedPAProofOfFalsum；无 sorryAx", fillcolor="#dff2e8", color="#2f6f57", penwidth=2.4];
    exponentextract [label="Consistency contradiction + exponent extraction\n一致性反证 + 指数提取\n短 D(m) 证明与一致性冲突\nq5(m) 的多项式重标定 -> 存在 epsilon > 0\n推出 Con_A(n) 无 n^epsilon 长度证明", fillcolor="#f3f3f3", color="#777777", style="rounded,filled,dashed"];
    diagonal [label="Pudlak 1986 Theorem 3.1\n普德拉克 1986 定理 3.1\ndiagonal proof-length lower bound\n对角证明长度下界", fillcolor="#f3f3f3", color="#777777", style="rounded,filled,dashed", penwidth=2.0];
    internalnote [shape=note, label="关键注释：外部运行时间界不能自动变成 PA 内部短证明。\n必须构造 accepted computation trace（接受计算轨迹），\n并在同一算术编码中逐步验证。", fillcolor="#e8f1f8", color="#4e7892"];

    predicate -> compactformula [label="exact standard-model relation\n精确标准模型关系"];
    minmeasure -> compactformula [label="same honest payload length\n同一诚实载荷长度"];
    canonicalnormalize -> compactformula [style=dotted, label="normalization audit only; public guarded verifier remains the target\n仅作规范化审计；目标仍是公开带守卫验证器"];
    predicate -> listedconmeta [label="same accepted-code relation\n同一接受码关系"];
    minmeasure -> listedconmeta [label="same payload coordinate\n同一载荷坐标"];
    listedconmeta -> compactformula [label="arithmetize this exact semantics\n算术化这一精确语义"];
    canonicalnormalize -> listedconmeta [label="pointwise same-cutoff equivalence\n逐点同截断值等价"];
    polytime -> arithinput [label="same packed inputs and bit-cost coordinate\n同一打包输入与位成本坐标"];
    arithinput -> tokenstream [label="primitive-recursive payload and Nat-prefix base\n原始递归载荷与自然数前缀基础"];
    tokenstream -> bitsync [label="exact arbitrary-input stream semantics\n任意输入流精确语义"];
    tokenstream -> syntaxparser [label="bounded exact tokenization\n有界精确记号化"];
    bitsync -> syntaxbitsync [label="exact bit suffix invariant\n精确位后缀不变量"];
    syntaxparser -> syntaxbitsync [label="same term/formula token grammar\n同一项/公式 token 文法"];
    syntaxparser -> syntaxinversion [label="backward typed realization invariant\n反向类型化实现不变量"];
+     syntaxinversion -> numericvalues [label="arbitrary syntax success is canonical\n任意语法成功均为真实规范前缀"];
    syntaxinversion -> closedformula [label="typed prefix recovery + no-fvar invariant\n类型化前缀恢复 + 无自由变量不变量"];
    closedformula -> proofparser [label="axm sentence task\n公理叶闭句任务"];
    syntaxparser -> proofparser [label="checked syntax-task machine\n已检查语法任务机"];
    syntaxparser -> certparser [label="induction-body formula parser\n归纳公理体公式解析"];
    syntaxinversion -> proofinversion [label="term / formula arbitrary inversion\n项 / 公式任意反演"];
    proofparser -> proofinversion [label="ten-rule numeric state machine\n十规则纯数值状态机"];
    closedformula -> proofinversion [label="real sentence recovery\n真实闭句恢复"];
    proofinversion -> numericparser [label="arbitrary proof success is canonical\n任意证明成功均为真实规范前缀"];
    syntaxinversion -> certinversion [label="induction-formula arbitrary inversion\n归纳公式任意反演"];
    certparser -> certinversion [label="23+4 certificate numeric machines\n23+4 类证书纯数值机"];
    certinversion -> numericparser [label="arbitrary certificate success is canonical\n任意证书成功均为真实规范前缀"];
    syntaxbitsync -> numericparser [label="term/formula typed-bit equivalence closed\n项/公式类型化位级等价已闭合"];
    bitsync -> proofbitsync [label="same exact bit suffix\n同一精确位后缀"];
    syntaxbitsync -> proofbitsync [label="typed sequent/term/formula components\n类型化序列/项/公式部件"];
    proofparser -> proofbitsync [label="same ten-rule token grammar\n同一十规则 token 文法"];
    bitsync -> certbitsync [label="same exact bit suffix\n同一精确位后缀"];
    syntaxbitsync -> certbitsync [label="induction-body formula synchronization\n归纳公式体同步"];
    certparser -> certbitsync [label="same 23+4 token grammar\n同一 23+4 类 token 文法"];
    proofbitsync -> numericparser [label="typed proof bit equivalence closed\n证明树类型化位级等价已闭合"];
    certbitsync -> numericparser [label="typed certificate bit equivalence closed\n证书类型化位级等价已闭合"];
    arithinput -> packedtokensync [label="same sentinel-packed inputs\n同一哨兵位打包输入"];
    tokenstream -> packedtokensync [label="primitive-recursive full tokenization\n原始递归完整 token 化"];
    proofbitsync -> packedtokensync [label="proof segment equivalence\n证明段等价"];
    certbitsync -> packedtokensync [label="certificate segment equivalence\n证书段等价"];
-     packedtokensync -> numericparser [label="same public token streams\n同一公开 token 流"];
+     packedtokensync -> numericvalues [label="same public token streams\n同一公开 token 流"];
+     numericvalues -> numericparser [label="exact numeric syntax values\n精确数值语法值"];
    numericparser -> compactformula [label="same numeric machine graph\n同一纯数值机器图"];
    compactformula -> patrace [label="fixed formula and binary numerals\n固定公式与二进制数词"];
    internalnote -> patrace [style=dotted, arrowhead=none, constraint=false];
    patrace -> suitable;
    suitable -> cond0;
    suitable -> cond1;
    suitable -> cond2;
    suitable -> cond3;
    predicate -> mpcompiler [label="same public verifier\n同一公开验证器"];
    canonicalnormalize -> mpcompiler [label="decoded payload never grows\n解码规范化不增长"];
    mpcompiler -> cond3 [style=dotted, label="external compiler closed; PA internal proof remains\n外部编译已闭合；仍需 PA 内部短证明"];
    predicate -> conjcompiler [label="same public verifier\n同一公开验证器"];
    canonicalnormalize -> conjcompiler [label="decoded payload never grows\n解码规范化不增长"];
    conjcompiler -> proofassembly [style=dotted, label="external conjunction primitive closed\n外部合取原语已闭合"];
    compactformula -> qdiagonal [style=dotted, arrowhead=none, constraint=false, label="later instantiate the closed generic compiler at concrete P\n后续把已闭合通用编译器实例化到具体 P"];
    suitable -> qdiagonal [style=dotted, arrowhead=none, constraint=false, label="concrete P conditions belong to later assembly\n具体 P 条件属于后续拼接"];
    transformcode -> qdiagonal [label="formula-instance size bound already checked\n公式实例大小界已检查"];
    cond0 -> proofassembly;
    cond1 -> proofassembly;
    cond2 -> proofassembly;
    cond3 -> proofassembly;
    qdiagonal -> proofassembly;
    proofassembly -> exponentextract;
    paconsistency -> exponentextract;
    exponentextract -> diagonal;
  }

  subgraph cluster_buss {
    label="H. Buss-Pudlak lower bound（布斯-普德拉克下界）";
    color="#9a9a9a";
    style="rounded,dashed";

    family [label="F_n = Con_T((f(n))^c)\n有限一致性公式族\nsame T / proof system / symbol length\n同一理论 / 证明系统 / 符号长度", fillcolor="#f3f3f3", color="#777777", style="rounded,filled,dashed"];
    rescale [label="Buss 1994 Theorem 5\n布斯 1994 第 5 定理\ntime-constructible rescaling\n时间可构造重标定", fillcolor="#f3f3f3", color="#777777", style="rounded,filled,dashed", penwidth=2.0];
    lower [label="minProofLength(F_n) > U(n) eventually\n最短证明长度最终大于 U(n)\nsuper-polynomial lower bound（超多项式下界）", fillcolor="#e9e3f5", color="#76639a", style="rounded,filled,dashed", penwidth=2.0];
    lowernote [shape=note, label="关键注释：文献下界只能用于原文满足条件的\nformula family（公式族）、proof system（证明系统）\n和 symbol length（符号长度）；名字相似不能替代对象恒等。", fillcolor="#e8f1f8", color="#4e7892"];

    compactformula -> family [label="same CompactProof predicate\n同一紧凑证明谓词"];
    minmeasure -> family [label="exact minimum length coordinate\n精确最短长度坐标"];
    diagonal -> rescale [label="power lower-bound seed\n幂下界种子"];
    family -> rescale;
    rescale -> lower [label="explicit time-constructible f\n显式时间可构造函数 f"];
    lowernote -> rescale [style=dotted, arrowhead=none, constraint=false];
  }

  subgraph cluster_collision {
    label="I. Same-object upper bound and collision（同对象上界与碰撞）";
    color="#9a9a9a";
    style="rounded,dashed";

    sondowcert [label="Sondow checked certificates\n索多已检查证书\nassume gamma rational（假设欧拉常数有理）\n本节点只表示证书已检查，不等于同对象上界已完成", fillcolor="#dff2e8", color="#3f7c66"];
    samecompiler [label="Sondow same-object compiler\n索多同对象编译器\ncertificate -> real proof of the same F_n\n证书 -> 同一 F_n 的真实证明", fillcolor="#f3f3f3", color="#777777", style="rounded,filled,dashed"];
    upper [label="minProofLength(F_n) <= U(n)\n最短证明长度不超过多项式 U(n)\npolynomial upper bound（多项式上界）\n等待 same-object compiler（同对象编译器）", fillcolor="#f3f3f3", color="#777777", style="rounded,filled,dashed"];
    collision [label="U(N) < minProofLength(F_N) <= U(N)\n同一 N、同一公式、同一检查器、同一长度的矛盾\ncollision theorem（碰撞定理）", fillcolor="#f8d9d6", color="#a8443d", style="rounded,filled,dashed", penwidth=2.5];
    final [label="not is_rational euler_mascheroni\n欧拉-马歇罗尼常数非有理\n仅在全部上游根定理闭合后成立", fillcolor="#f8d9d6", color="#a8443d", style="rounded,filled,dashed", penwidth=2.5];
    samenote [shape=note, label="关键注释：碰撞必须是同一 N、同一 F_N、\n同一 checker（检查器）和同一 length measure（长度度量）。\n只证明两个抽象接口各自存在不能形成碰撞。", fillcolor="#e8f1f8", color="#4e7892"];

    sondowcert -> samecompiler;
    family -> samecompiler [label="formula identity\n公式恒等"];
    predicate -> samecompiler [label="same checker/length\n同一检查器/长度"];
    minmeasure -> samecompiler [label="same minimum payload measure\n同一最短载荷度量"];
    samecompiler -> upper [label="canonical accepted proof code\n规范且被接受的证明码"];
    upper -> collision [label="same F_N / same length\n同一 F_N / 同一长度"];
    lower -> collision [label="same F_N / same length\n同一 F_N / 同一长度"];
    samenote -> collision [style=dotted, arrowhead=none, constraint=false];
    collision -> final;
  }

  subgraph cluster_audit {
    label="J. Submission-grade audit gates（投稿级审计门）";
    color="#76639a";
    style="rounded";

    axioms [label="#print axioms audit（公理画像审计）\n已完成节点仅依赖：\npropext（命题外延）\nClassical.choice（经典选择）\nQuot.sound（商类型可靠性）", fillcolor="#e9e3f5", color="#76639a"];
    forbidden [label="Forbidden project assumptions（禁止项目级假设）\nno tail_gap（无尾部间隙参数）\nno upper_provider（无上界提供者参数）\nno project proof_length（无项目证明长度公设）\nno sorryAx（无未完成证明公设）", fillcolor="#e9e3f5", color="#76639a"];
    gate [label="Final dependency audit（最终依赖审计）\nsame formula / parameter / checker / measure\n同一公式 / 参数 / 检查器 / 度量", fillcolor="#e9e3f5", color="#76639a", penwidth=2.0];

    totalcanonical -> axioms [style=dotted];
    publiciff -> axioms [style=dotted];
    completeness -> axioms [style=dotted];
    nattrace -> axioms [style=dotted];
    polytime -> forbidden [style=dashed];
    diagonal -> forbidden [style=dashed];
    samecompiler -> forbidden [style=dashed];
    lower -> gate;
    upper -> gate;
    axioms -> gate;
    forbidden -> gate;
    gate -> collision [style=dashed, label="audit pass\n审计通过"];
  }

  subgraph cluster_rejected_routes {
    label="K. Rejected historical routes（经审计弃用的历史路线；不通向主结论）";
    color="#a8443d";
    style="rounded,dashed";

    rawgodel [label="Nat.size(rawProofCode) lower bound\n原始哥德尔证明码位长下界\nunary-numeral encoding artifact（一元数词编码伪影）", fillcolor="#f8d9d6", color="#a8443d", style="rounded,filled,dashed"];
    postfixraw [label="Postfix checker rebuilding rawCode\n重建 rawCode 的后缀检查器\nprimitive recursive != polynomial time\n原始递归不等于多项式时间", fillcolor="#f8d9d6", color="#a8443d", style="rounded,filled,dashed"];
    abstractgap [label="tail_gap / computable_gap input\n尾部间隙 / 可计算间隙输入\nassumes the lower bound（预设下界）", fillcolor="#f8d9d6", color="#a8443d", style="rounded,filled,dashed"];
    abstractupper [label="upper_provider input\n上界提供者输入\nassumes the Sondow bridge（预设索多桥）", fillcolor="#f8d9d6", color="#a8443d", style="rounded,filled,dashed"];
    unsimulated [label="Unproved Hilbert-system simulation\n未证明的 Hilbert 系统模拟\nwrong/uncalibrated proof measure\n错误或未校准的证明度量", fillcolor="#f8d9d6", color="#a8443d", style="rounded,filled,dashed"];
    graft [label="strengthened_to_partial / transfer_to_graft\n加强到部分 / 嫁接转移接口\ninterface packaging without source theorem\n只有接口包装、没有源定理", fillcolor="#f8d9d6", color="#a8443d", style="rounded,filled,dashed"];
    rejectednote [shape=note, label="弃用判据：编码伪影、循环输入、对象错位，\n或只给接口而没有根定理。\n本区域没有任何边连接最终碰撞定理。", fillcolor="#fff1f0", color="#a8443d"];

    rawgodel -> postfixraw [style=dotted, color="#a8443d"];
    abstractgap -> graft [style=dotted, color="#a8443d"];
    abstractupper -> graft [style=dotted, color="#a8443d"];
    unsimulated -> graft [style=dotted, color="#a8443d"];
    rejectednote -> graft [style=dotted, arrowhead=none, color="#a8443d"];
  }
}
